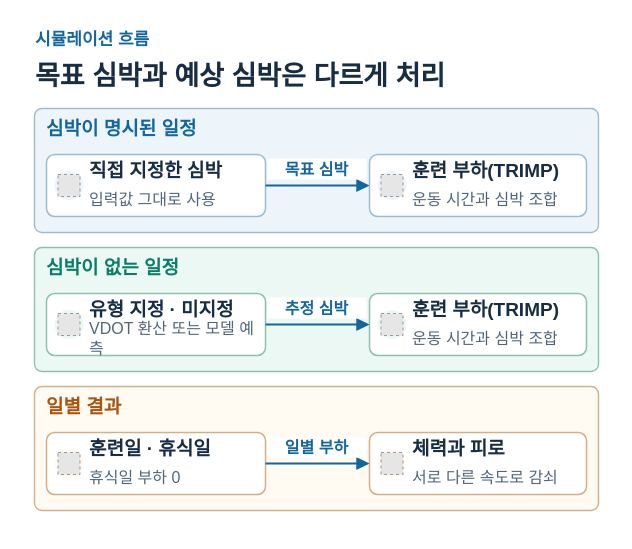
Before: docs/portfolio-readme/assets/twin-workflow.drawio in SungKong00/Digital-Human-Twin, a draw.io diagram. Source tidied: cells renumbered, new cells numbered last; positions are measured from the earlier drawing's top-left corner, leaving out a move shared by most shapes. Both pictures are drawn from the tidied source at 100%, with x=0, y=0 at pixel (17, 17). Pictures stored in the file or linked from it are replaced by grey dashed boxes.
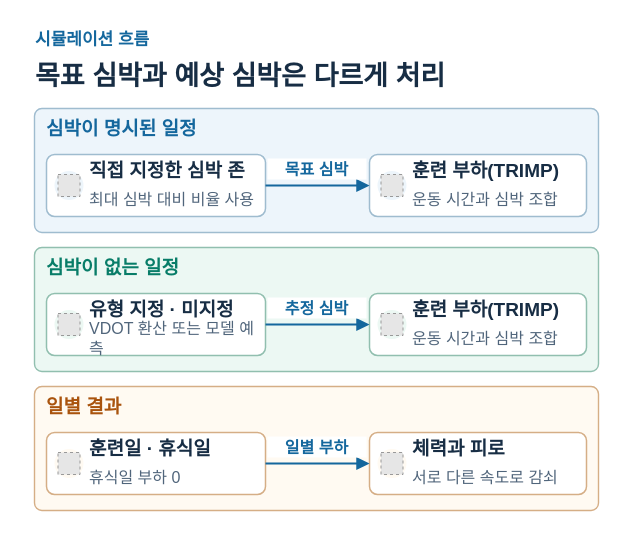
The same diagram, later.

Commit message (it also covers changes not shown here):
docs: redraw portfolio architecture diagrams for readability

Change to the diagram source:
```diff
@@
-    <mxCell id="14" value="직접 지정한 심박" style="text;html=0;align=left;verticalAlign=middle;spacing=0;fontFamily=Apple SD Gothic Neo;fontSize=19;fontColor=#172D44;fontStyle=1;fillColor=none;strokeColor=none;whiteSpace=wrap;overflow=visible;" parent="1" vertex="1">
+    <mxCell id="14" value="직접 지정한 심박 존" style="text;html=0;align=left;verticalAlign=middle;spacing=0;fontFamily=Apple SD Gothic Neo;fontSize=19;fontColor=#172D44;fontStyle=1;fillColor=none;strokeColor=none;whiteSpace=wrap;overflow=visible;" parent="1" vertex="1">
       <mxGeometry x="72" y="142" width="172" height="24" as="geometry" />
     </mxCell>
-    <mxCell id="15" value="입력값 그대로 사용" style="text;html=0;align=left;verticalAlign=middle;spacing=0;fontFamily=Apple SD Gothic Neo;fontSize=16;fontColor=#50657B;fontStyle=0;fillColor=none;strokeColor=none;whiteSpace=wrap;overflow=visible;" parent="1" vertex="1">
+    <mxCell id="15" value="최대 심박 대비 비율 사용" style="text;html=0;align=left;verticalAlign=middle;spacing=0;fontFamily=Apple SD Gothic Neo;fontSize=16;fontColor=#50657B;fontStyle=0;fillColor=none;strokeColor=none;whiteSpace=wrap;overflow=visible;" parent="1" vertex="1">
       <mxGeometry x="72" y="167" width="172" height="29" as="geometry" />
     </mxCell>
```
